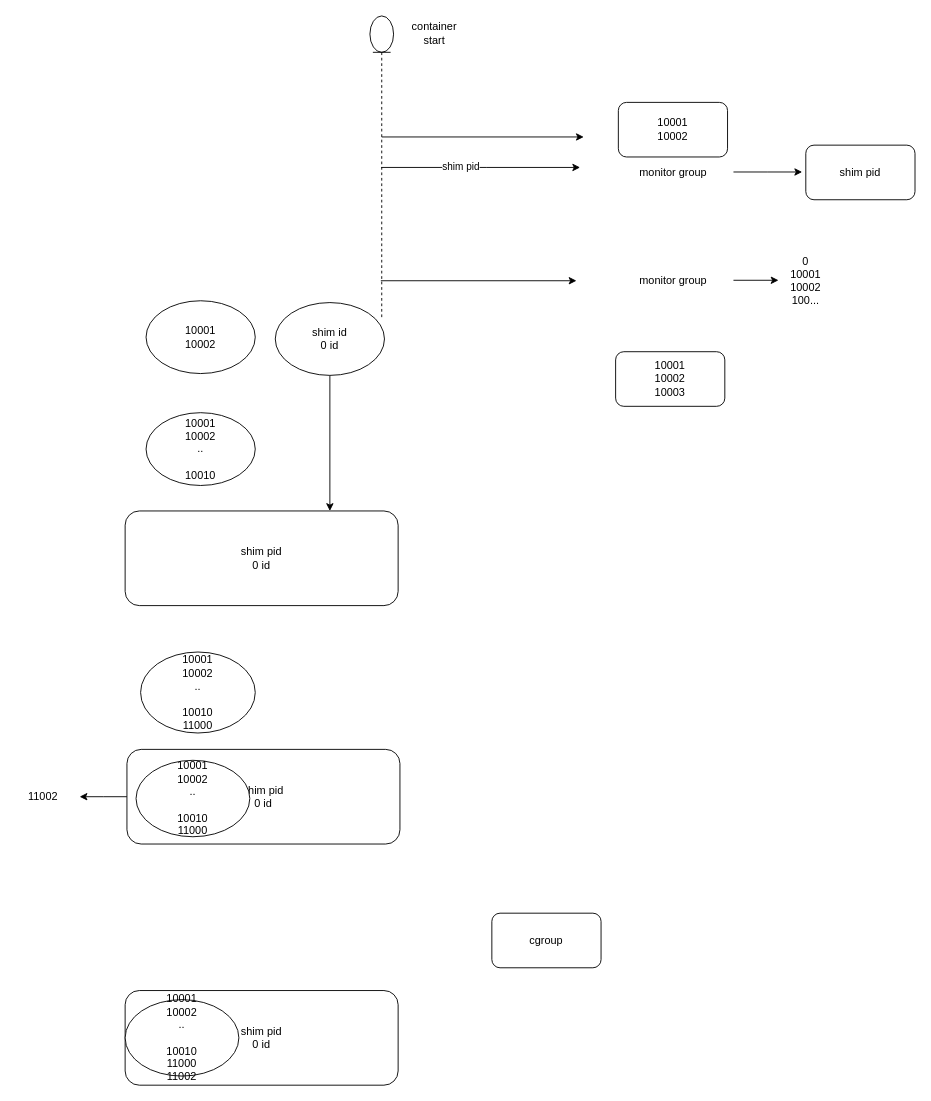
kangclzjc/koordinator keeps this draw.io diagram as page "第 4 页" (4 of 5) of docs/proposals/koordinator_rdt.drawio. Above is the earlier version. Source tidied: cells renumbered, new cells numbered last; positions are measured from the earlier drawing's top-left corner, leaving out a move shared by most shapes. Both pictures are drawn from the tidied source at 91%, with x=0, y=0 at pixel (15, 15).
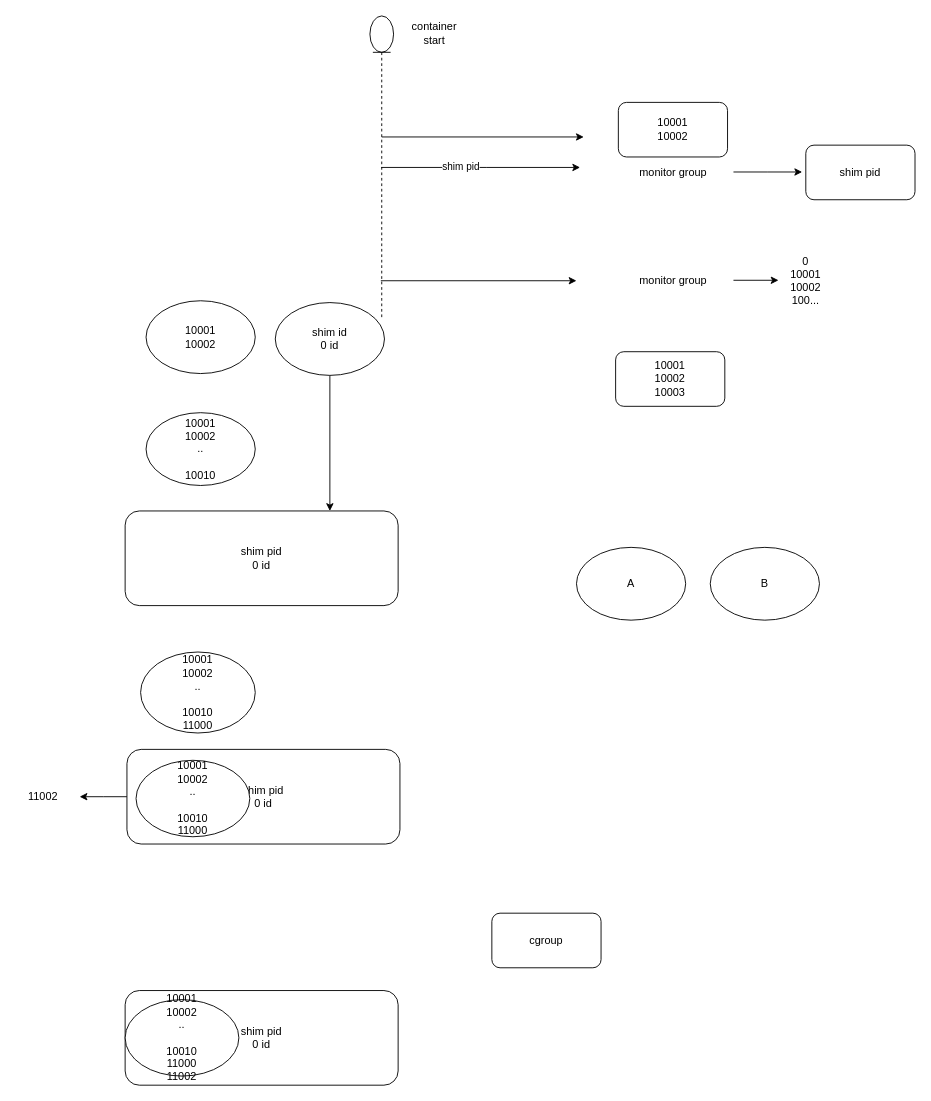
The same page after the edit.

The edit, as a diff of the source:
```diff
@@
+    <mxCell id="29" value="A" style="ellipse;whiteSpace=wrap;html=1;" parent="1" vertex="1">
+      <mxGeometry x="616" y="584" width="120" height="80" as="geometry" />
+    </mxCell>
+    <mxCell id="30" value="B" style="ellipse;whiteSpace=wrap;html=1;" parent="1" vertex="1">
+      <mxGeometry x="763" y="584" width="120" height="80" as="geometry" />
+    </mxCell>
```
